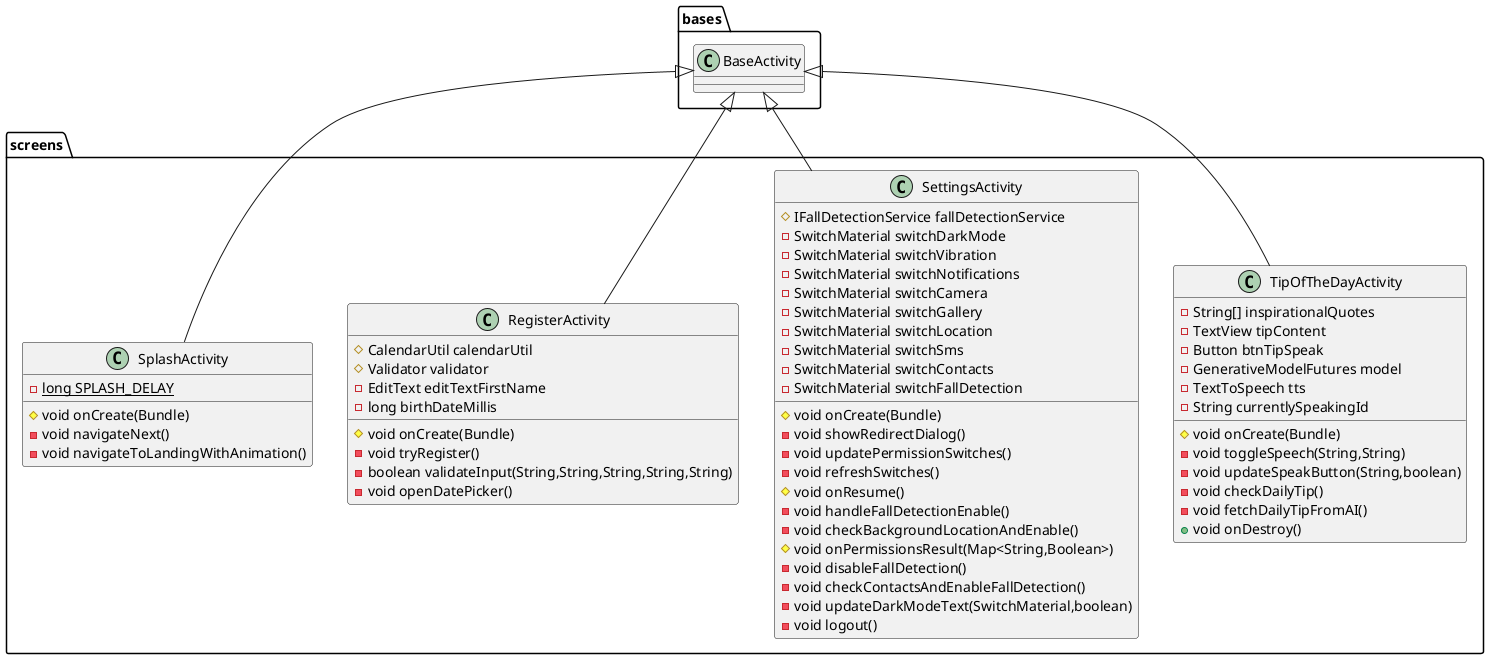
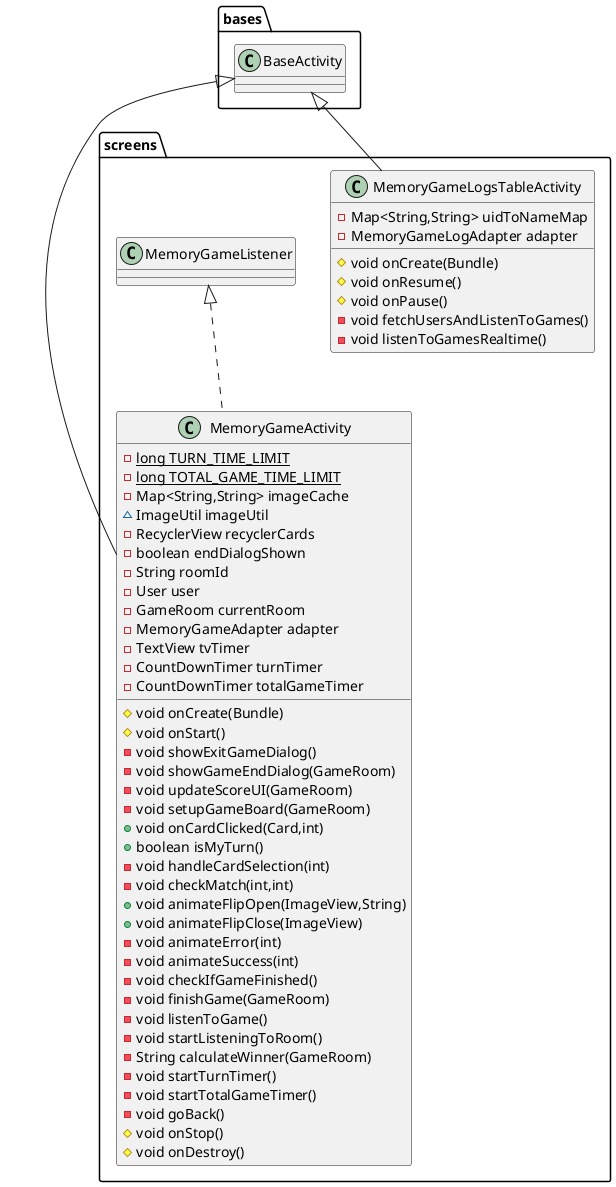
@startuml
- class screens.TipOfTheDayActivity {
- - String[] inspirationalQuotes
- - TextView tipContent
- - Button btnTipSpeak
- - GenerativeModelFutures model
- - TextToSpeech tts
- - String currentlySpeakingId
+ class screens.MemoryGameActivity {
+ - {static} long TURN_TIME_LIMIT
+ - {static} long TOTAL_GAME_TIME_LIMIT
+ - Map<String,String> imageCache
+ ~ ImageUtil imageUtil
+ - RecyclerView recyclerCards
+ - boolean endDialogShown
+ - String roomId
+ - User user
+ - GameRoom currentRoom
+ - MemoryGameAdapter adapter
+ - TextView tvTimer
+ - CountDownTimer turnTimer
+ - CountDownTimer totalGameTimer
# void onCreate(Bundle)
- - void toggleSpeech(String,String)
- - void updateSpeakButton(String,boolean)
- - void checkDailyTip()
- - void fetchDailyTipFromAI()
- + void onDestroy()
+ # void onStart()
+ - void showExitGameDialog()
+ - void showGameEndDialog(GameRoom)
+ - void updateScoreUI(GameRoom)
+ - void setupGameBoard(GameRoom)
+ + void onCardClicked(Card,int)
+ + boolean isMyTurn()
+ - void handleCardSelection(int)
+ - void checkMatch(int,int)
+ + void animateFlipOpen(ImageView,String)
+ + void animateFlipClose(ImageView)
+ - void animateError(int)
+ - void animateSuccess(int)
+ - void checkIfGameFinished()
+ - void finishGame(GameRoom)
+ - void listenToGame()
+ - void startListeningToRoom()
+ - String calculateWinner(GameRoom)
+ - void startTurnTimer()
+ - void startTotalGameTimer()
+ - void goBack()
+ # void onStop()
+ # void onDestroy()
}


- class screens.SettingsActivity {
- # IFallDetectionService fallDetectionService
- - SwitchMaterial switchDarkMode
- - SwitchMaterial switchVibration
- - SwitchMaterial switchNotifications
- - SwitchMaterial switchCamera
- - SwitchMaterial switchGallery
- - SwitchMaterial switchLocation
- - SwitchMaterial switchSms
- - SwitchMaterial switchContacts
- - SwitchMaterial switchFallDetection
+ class screens.MemoryGameLogsTableActivity {
+ - Map<String,String> uidToNameMap
+ - MemoryGameLogAdapter adapter
# void onCreate(Bundle)
- - void showRedirectDialog()
- - void updatePermissionSwitches()
- - void refreshSwitches()
# void onResume()
- - void handleFallDetectionEnable()
- - void checkBackgroundLocationAndEnable()
- # void onPermissionsResult(Map<String,Boolean>)
- - void disableFallDetection()
- - void checkContactsAndEnableFallDetection()
- - void updateDarkModeText(SwitchMaterial,boolean)
- - void logout()
- }
- 
- 
- class screens.RegisterActivity {
- # CalendarUtil calendarUtil
- # Validator validator
- - EditText editTextFirstName
- - long birthDateMillis
- # void onCreate(Bundle)
- - void tryRegister()
- - boolean validateInput(String,String,String,String,String)
- - void openDatePicker()
- }
- 
- 
- class screens.SplashActivity {
- - {static} long SPLASH_DELAY
- # void onCreate(Bundle)
- - void navigateNext()
- - void navigateToLandingWithAnimation()
+ # void onPause()
+ - void fetchUsersAndListenToGames()
+ - void listenToGamesRealtime()
}




- bases.BaseActivity <|-- screens.TipOfTheDayActivity
- bases.BaseActivity <|-- screens.SettingsActivity
- bases.BaseActivity <|-- screens.RegisterActivity
- bases.BaseActivity <|-- screens.SplashActivity
- @enduml
+ screens.MemoryGameListener <|.. screens.MemoryGameActivity
+ bases.BaseActivity <|-- screens.MemoryGameActivity
+ bases.BaseActivity <|-- screens.MemoryGameLogsTableActivity
+ @enduml